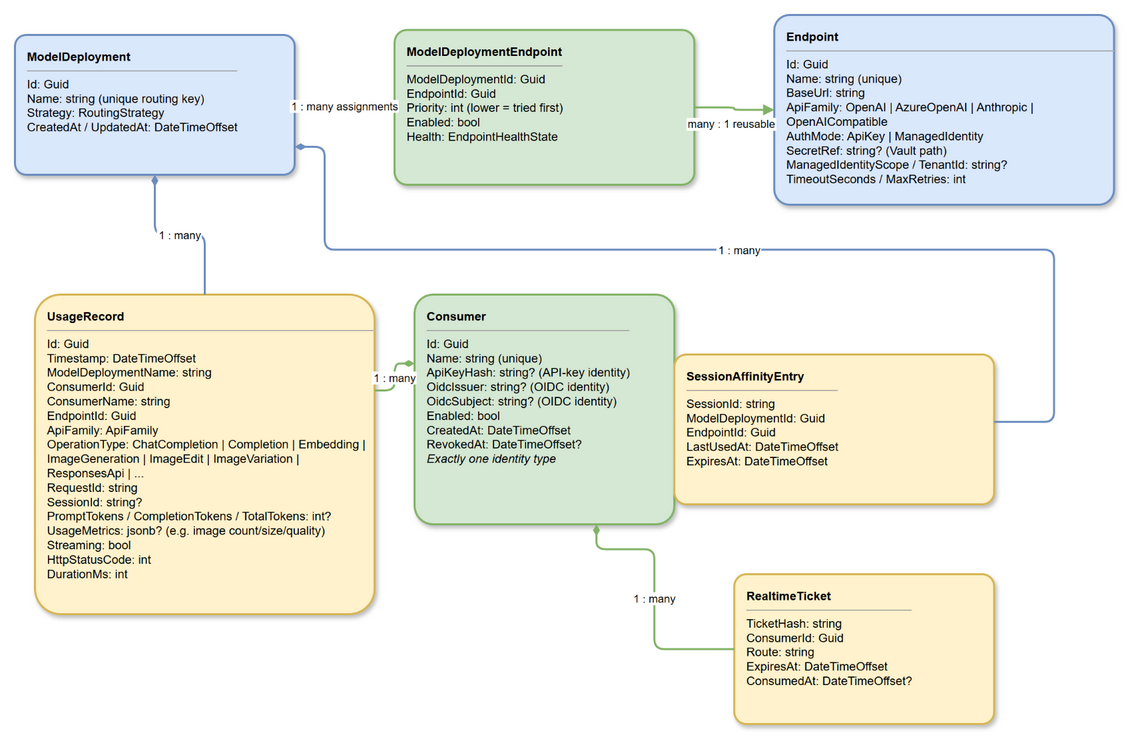
The draw.io diagram specs/architecture/diagrams/02-domain-model.png in azureholic/AIProxyPlus, before a commit. Source tidied: cells renumbered, new cells last; positions are measured from the earlier drawing's top-left corner, leaving out a move shared by most shapes. The source it was exported from:
```xml
<mxGraphModel>
  <root>
    <mxCell id="0" />
    <mxCell id="1" parent="0" />
    <mxCell id="2" value="&lt;b&gt;ModelDeployment&lt;/b&gt;&lt;hr size=1&gt;Id: Guid&lt;br&gt;Name: string (unique routing key)&lt;br&gt;Strategy: RoutingStrategy&lt;br&gt;CreatedAt / UpdatedAt: DateTimeOffset" style="rounded=1;whiteSpace=wrap;html=1;fillColor=#dae8fc;strokeColor=#6c8ebf;strokeWidth=2;arcSize=8;shadow=1;align=left;verticalAlign=top;spacingLeft=10;spacingTop=8;fontSize=12;" parent="1" vertex="1">
      <mxGeometry y="20" width="280" height="140" as="geometry" />
    </mxCell>
    <mxCell id="3" value="&lt;b&gt;ModelDeploymentEndpoint&lt;/b&gt;&lt;hr size=1&gt;ModelDeploymentId: Guid&lt;br&gt;EndpointId: Guid&lt;br&gt;Priority: int (lower = tried first)&lt;br&gt;Enabled: bool&lt;br&gt;Health: EndpointHealthState" style="rounded=1;whiteSpace=wrap;html=1;fillColor=#d5e8d4;strokeColor=#82b366;strokeWidth=2;arcSize=8;shadow=1;align=left;verticalAlign=top;spacingLeft=10;spacingTop=8;fontSize=12;" parent="1" vertex="1">
      <mxGeometry x="380" y="15" width="300" height="155" as="geometry" />
    </mxCell>
    <mxCell id="4" value="&lt;b&gt;Endpoint&lt;/b&gt;&lt;hr size=1&gt;Id: Guid&lt;br&gt;Name: string (unique)&lt;br&gt;BaseUrl: string&lt;br&gt;ApiFamily: OpenAI | AzureOpenAI | Anthropic | OpenAICompatible&lt;br&gt;AuthMode: ApiKey | ManagedIdentity&lt;br&gt;SecretRef: string? (Vault path)&lt;br&gt;ManagedIdentityScope / TenantId: string?&lt;br&gt;TimeoutSeconds / MaxRetries: int" style="rounded=1;whiteSpace=wrap;html=1;fillColor=#dae8fc;strokeColor=#6c8ebf;strokeWidth=2;arcSize=8;shadow=1;align=left;verticalAlign=top;spacingLeft=10;spacingTop=8;fontSize=12;" parent="1" vertex="1">
      <mxGeometry x="760" width="340" height="190" as="geometry" />
    </mxCell>
    <mxCell id="5" value="&lt;b&gt;UsageRecord&lt;/b&gt;&lt;hr size=1&gt;Id: Guid&lt;br&gt;Timestamp: DateTimeOffset&lt;br&gt;ModelDeploymentName: string&lt;br&gt;ConsumerId: Guid&lt;br&gt;ConsumerName: string&lt;br&gt;EndpointId: Guid&lt;br&gt;ApiFamily: ApiFamily&lt;br&gt;OperationType: ChatCompletion | Completion | Embedding | ImageGeneration | ImageEdit | ImageVariation | ResponsesApi | ...&lt;br&gt;RequestId: string&lt;br&gt;SessionId: string?&lt;br&gt;PromptTokens / CompletionTokens / TotalTokens: int?&lt;br&gt;UsageMetrics: jsonb? (e.g. image count/size/quality)&lt;br&gt;Streaming: bool&lt;br&gt;HttpStatusCode: int&lt;br&gt;DurationMs: int" style="rounded=1;whiteSpace=wrap;html=1;fillColor=#fff2cc;strokeColor=#d6b656;strokeWidth=2;arcSize=8;shadow=1;align=left;verticalAlign=top;spacingLeft=10;spacingTop=8;fontSize=12;" parent="1" vertex="1">
      <mxGeometry x="20" y="280" width="340" height="320" as="geometry" />
    </mxCell>
    <mxCell id="6" value="&lt;b&gt;Consumer&lt;/b&gt;&lt;hr size=1&gt;Id: Guid&lt;br&gt;Name: string (unique)&lt;br&gt;ApiKeyHash: string? (API-key identity)&lt;br&gt;OidcIssuer: string? (OIDC identity)&lt;br&gt;OidcSubject: string? (OIDC identity)&lt;br&gt;Enabled: bool&lt;br&gt;CreatedAt: DateTimeOffset&lt;br&gt;RevokedAt: DateTimeOffset?&lt;br&gt;&lt;i&gt;Exactly one identity type&lt;/i&gt;" style="rounded=1;whiteSpace=wrap;html=1;fillColor=#d5e8d4;strokeColor=#82b366;strokeWidth=2;arcSize=8;shadow=1;align=left;verticalAlign=top;spacingLeft=10;spacingTop=8;fontSize=12;" parent="1" vertex="1">
      <mxGeometry x="400" y="280" width="260" height="230" as="geometry" />
    </mxCell>
    <mxCell id="7" value="&lt;b&gt;RealtimeTicket&lt;/b&gt;&lt;hr size=1&gt;TicketHash: string&lt;br&gt;ConsumerId: Guid&lt;br&gt;Route: string&lt;br&gt;ExpiresAt: DateTimeOffset&lt;br&gt;ConsumedAt: DateTimeOffset?" style="rounded=1;whiteSpace=wrap;html=1;fillColor=#fff2cc;strokeColor=#d6b656;strokeWidth=2;arcSize=8;shadow=1;align=left;verticalAlign=top;spacingLeft=10;spacingTop=8;fontSize=12;" parent="1" vertex="1">
      <mxGeometry x="720" y="560" width="260" height="150" as="geometry" />
    </mxCell>
    <mxCell id="8" value="&lt;b&gt;SessionAffinityEntry&lt;/b&gt;&lt;hr size=1&gt;SessionId: string&lt;br&gt;ModelDeploymentId: Guid&lt;br&gt;EndpointId: Guid&lt;br&gt;LastUsedAt: DateTimeOffset&lt;br&gt;ExpiresAt: DateTimeOffset" style="rounded=1;whiteSpace=wrap;html=1;fillColor=#fff2cc;strokeColor=#d6b656;strokeWidth=2;arcSize=8;shadow=1;align=left;verticalAlign=top;spacingLeft=10;spacingTop=8;fontSize=12;" parent="1" vertex="1">
      <mxGeometry x="660" y="340" width="320" height="150" as="geometry" />
    </mxCell>
    <mxCell id="9" value="1 : many assignments" style="edgeStyle=orthogonalEdgeStyle;rounded=1;strokeColor=#6c8ebf;strokeWidth=2;fontSize=11;startArrow=diamondThin;startFill=1;endArrow=none;labelBackgroundColor=#ffffff;" parent="1" edge="1" source="2" target="3">
      <mxGeometry relative="1" as="geometry" />
    </mxCell>
    <mxCell id="10" value="many : 1 reusable" style="edgeStyle=orthogonalEdgeStyle;rounded=1;strokeColor=#82b366;strokeWidth=2;fontSize=11;startArrow=none;endArrow=block;endFill=1;labelBackgroundColor=#ffffff;" parent="1" edge="1" source="3" target="4">
      <mxGeometry x="-0.1" y="-16" relative="1" as="geometry" />
    </mxCell>
    <mxCell id="11" value="1 : many" style="edgeStyle=orthogonalEdgeStyle;rounded=1;strokeColor=#6c8ebf;strokeWidth=2;fontSize=11;startArrow=diamondThin;startFill=1;endArrow=none;labelBackgroundColor=#ffffff;" parent="1" edge="1" source="2" target="5">
      <mxGeometry relative="1" as="geometry" />
    </mxCell>
    <mxCell id="12" value="1 : many" style="edgeStyle=orthogonalEdgeStyle;rounded=1;strokeColor=#6c8ebf;strokeWidth=2;fontSize=11;startArrow=diamondThin;startFill=1;endArrow=none;labelBackgroundColor=#ffffff;exitX=1;exitY=0.8;exitDx=0;exitDy=0;entryX=1;entryY=0.45;entryDx=0;entryDy=0;" parent="1" edge="1" source="2" target="8">
      <mxGeometry relative="1" as="geometry">
        <Array as="points">
          <mxPoint x="310" y="235" />
          <mxPoint x="1040" y="235" />
          <mxPoint x="1040" y="408" />
        </Array>
      </mxGeometry>
    </mxCell>
    <mxCell id="13" value="1 : many" style="edgeStyle=orthogonalEdgeStyle;rounded=1;strokeColor=#82b366;strokeWidth=2;fontSize=11;startArrow=diamondThin;startFill=1;endArrow=none;labelBackgroundColor=#ffffff;exitX=0;exitY=0.3;exitDx=0;exitDy=0;entryX=1;entryY=0.3;entryDx=0;entryDy=0;" parent="1" edge="1" source="6" target="5">
      <mxGeometry relative="1" as="geometry" />
    </mxCell>
    <mxCell id="14" value="1 : many" style="edgeStyle=orthogonalEdgeStyle;rounded=1;strokeColor=#82b366;strokeWidth=2;fontSize=11;startArrow=diamondThin;startFill=1;endArrow=none;labelBackgroundColor=#ffffff;exitX=0.7;exitY=1;entryX=0;entryY=0.5;" parent="1" edge="1" source="6" target="7">
      <mxGeometry relative="1" as="geometry">
        <Array as="points">
          <mxPoint x="582" y="535" />
          <mxPoint x="640" y="635" />
        </Array>
      </mxGeometry>
    </mxCell>
  </root>
</mxGraphModel>
```
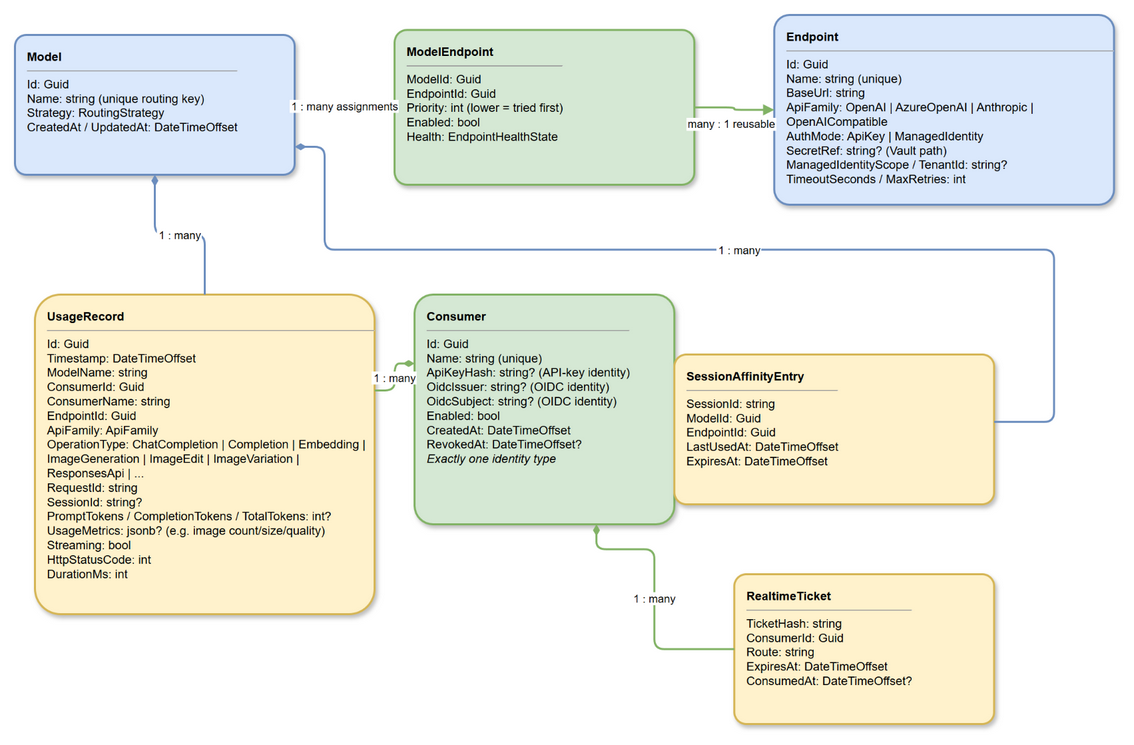
The same diagram one commit later.

Change to the diagram source:
```diff
@@ -2,16 +2,16 @@
   <root>
     <mxCell id="0" />
     <mxCell id="1" parent="0" />
-    <mxCell id="2" value="&lt;b&gt;ModelDeployment&lt;/b&gt;&lt;hr size=1&gt;Id: Guid&lt;br&gt;Name: string (unique routing key)&lt;br&gt;Strategy: RoutingStrategy&lt;br&gt;CreatedAt / UpdatedAt: DateTimeOffset" style="rounded=1;whiteSpace=wrap;html=1;fillColor=#dae8fc;strokeColor=#6c8ebf;strokeWidth=2;arcSize=8;shadow=1;align=left;verticalAlign=top;spacingLeft=10;spacingTop=8;fontSize=12;" parent="1" vertex="1">
+    <mxCell id="2" value="&lt;b&gt;Model&lt;/b&gt;&lt;hr size=1&gt;Id: Guid&lt;br&gt;Name: string (unique routing key)&lt;br&gt;Strategy: RoutingStrategy&lt;br&gt;CreatedAt / UpdatedAt: DateTimeOffset" style="rounded=1;whiteSpace=wrap;html=1;fillColor=#dae8fc;strokeColor=#6c8ebf;strokeWidth=2;arcSize=8;shadow=1;align=left;verticalAlign=top;spacingLeft=10;spacingTop=8;fontSize=12;" parent="1" vertex="1">
       <mxGeometry y="20" width="280" height="140" as="geometry" />
     </mxCell>
-    <mxCell id="3" value="&lt;b&gt;ModelDeploymentEndpoint&lt;/b&gt;&lt;hr size=1&gt;ModelDeploymentId: Guid&lt;br&gt;EndpointId: Guid&lt;br&gt;Priority: int (lower = tried first)&lt;br&gt;Enabled: bool&lt;br&gt;Health: EndpointHealthState" style="rounded=1;whiteSpace=wrap;html=1;fillColor=#d5e8d4;strokeColor=#82b366;strokeWidth=2;arcSize=8;shadow=1;align=left;verticalAlign=top;spacingLeft=10;spacingTop=8;fontSize=12;" parent="1" vertex="1">
+    <mxCell id="3" value="&lt;b&gt;ModelEndpoint&lt;/b&gt;&lt;hr size=1&gt;ModelId: Guid&lt;br&gt;EndpointId: Guid&lt;br&gt;Priority: int (lower = tried first)&lt;br&gt;Enabled: bool&lt;br&gt;Health: EndpointHealthState" style="rounded=1;whiteSpace=wrap;html=1;fillColor=#d5e8d4;strokeColor=#82b366;strokeWidth=2;arcSize=8;shadow=1;align=left;verticalAlign=top;spacingLeft=10;spacingTop=8;fontSize=12;" parent="1" vertex="1">
       <mxGeometry x="380" y="15" width="300" height="155" as="geometry" />
     </mxCell>
     <mxCell id="4" value="&lt;b&gt;Endpoint&lt;/b&gt;&lt;hr size=1&gt;Id: Guid&lt;br&gt;Name: string (unique)&lt;br&gt;BaseUrl: string&lt;br&gt;ApiFamily: OpenAI | AzureOpenAI | Anthropic | OpenAICompatible&lt;br&gt;AuthMode: ApiKey | ManagedIdentity&lt;br&gt;SecretRef: string? (Vault path)&lt;br&gt;ManagedIdentityScope / TenantId: string?&lt;br&gt;TimeoutSeconds / MaxRetries: int" style="rounded=1;whiteSpace=wrap;html=1;fillColor=#dae8fc;strokeColor=#6c8ebf;strokeWidth=2;arcSize=8;shadow=1;align=left;verticalAlign=top;spacingLeft=10;spacingTop=8;fontSize=12;" parent="1" vertex="1">
       <mxGeometry x="760" width="340" height="190" as="geometry" />
     </mxCell>
-    <mxCell id="5" value="&lt;b&gt;UsageRecord&lt;/b&gt;&lt;hr size=1&gt;Id: Guid&lt;br&gt;Timestamp: DateTimeOffset&lt;br&gt;ModelDeploymentName: string&lt;br&gt;ConsumerId: Guid&lt;br&gt;ConsumerName: string&lt;br&gt;EndpointId: Guid&lt;br&gt;ApiFamily: ApiFamily&lt;br&gt;OperationType: ChatCompletion | Completion | Embedding | ImageGeneration | ImageEdit | ImageVariation | ResponsesApi | ...&lt;br&gt;RequestId: string&lt;br&gt;SessionId: string?&lt;br&gt;PromptTokens / CompletionTokens / TotalTokens: int?&lt;br&gt;UsageMetrics: jsonb? (e.g. image count/size/quality)&lt;br&gt;Streaming: bool&lt;br&gt;HttpStatusCode: int&lt;br&gt;DurationMs: int" style="rounded=1;whiteSpace=wrap;html=1;fillColor=#fff2cc;strokeColor=#d6b656;strokeWidth=2;arcSize=8;shadow=1;align=left;verticalAlign=top;spacingLeft=10;spacingTop=8;fontSize=12;" parent="1" vertex="1">
+    <mxCell id="5" value="&lt;b&gt;UsageRecord&lt;/b&gt;&lt;hr size=1&gt;Id: Guid&lt;br&gt;Timestamp: DateTimeOffset&lt;br&gt;ModelName: string&lt;br&gt;ConsumerId: Guid&lt;br&gt;ConsumerName: string&lt;br&gt;EndpointId: Guid&lt;br&gt;ApiFamily: ApiFamily&lt;br&gt;OperationType: ChatCompletion | Completion | Embedding | ImageGeneration | ImageEdit | ImageVariation | ResponsesApi | ...&lt;br&gt;RequestId: string&lt;br&gt;SessionId: string?&lt;br&gt;PromptTokens / CompletionTokens / TotalTokens: int?&lt;br&gt;UsageMetrics: jsonb? (e.g. image count/size/quality)&lt;br&gt;Streaming: bool&lt;br&gt;HttpStatusCode: int&lt;br&gt;DurationMs: int" style="rounded=1;whiteSpace=wrap;html=1;fillColor=#fff2cc;strokeColor=#d6b656;strokeWidth=2;arcSize=8;shadow=1;align=left;verticalAlign=top;spacingLeft=10;spacingTop=8;fontSize=12;" parent="1" vertex="1">
       <mxGeometry x="20" y="280" width="340" height="320" as="geometry" />
     </mxCell>
     <mxCell id="6" value="&lt;b&gt;Consumer&lt;/b&gt;&lt;hr size=1&gt;Id: Guid&lt;br&gt;Name: string (unique)&lt;br&gt;ApiKeyHash: string? (API-key identity)&lt;br&gt;OidcIssuer: string? (OIDC identity)&lt;br&gt;OidcSubject: string? (OIDC identity)&lt;br&gt;Enabled: bool&lt;br&gt;CreatedAt: DateTimeOffset&lt;br&gt;RevokedAt: DateTimeOffset?&lt;br&gt;&lt;i&gt;Exactly one identity type&lt;/i&gt;" style="rounded=1;whiteSpace=wrap;html=1;fillColor=#d5e8d4;strokeColor=#82b366;strokeWidth=2;arcSize=8;shadow=1;align=left;verticalAlign=top;spacingLeft=10;spacingTop=8;fontSize=12;" parent="1" vertex="1">
@@ -20,7 +20,7 @@
     <mxCell id="7" value="&lt;b&gt;RealtimeTicket&lt;/b&gt;&lt;hr size=1&gt;TicketHash: string&lt;br&gt;ConsumerId: Guid&lt;br&gt;Route: string&lt;br&gt;ExpiresAt: DateTimeOffset&lt;br&gt;ConsumedAt: DateTimeOffset?" style="rounded=1;whiteSpace=wrap;html=1;fillColor=#fff2cc;strokeColor=#d6b656;strokeWidth=2;arcSize=8;shadow=1;align=left;verticalAlign=top;spacingLeft=10;spacingTop=8;fontSize=12;" parent="1" vertex="1">
       <mxGeometry x="720" y="560" width="260" height="150" as="geometry" />
     </mxCell>
-    <mxCell id="8" value="&lt;b&gt;SessionAffinityEntry&lt;/b&gt;&lt;hr size=1&gt;SessionId: string&lt;br&gt;ModelDeploymentId: Guid&lt;br&gt;EndpointId: Guid&lt;br&gt;LastUsedAt: DateTimeOffset&lt;br&gt;ExpiresAt: DateTimeOffset" style="rounded=1;whiteSpace=wrap;html=1;fillColor=#fff2cc;strokeColor=#d6b656;strokeWidth=2;arcSize=8;shadow=1;align=left;verticalAlign=top;spacingLeft=10;spacingTop=8;fontSize=12;" parent="1" vertex="1">
+    <mxCell id="8" value="&lt;b&gt;SessionAffinityEntry&lt;/b&gt;&lt;hr size=1&gt;SessionId: string&lt;br&gt;ModelId: Guid&lt;br&gt;EndpointId: Guid&lt;br&gt;LastUsedAt: DateTimeOffset&lt;br&gt;ExpiresAt: DateTimeOffset" style="rounded=1;whiteSpace=wrap;html=1;fillColor=#fff2cc;strokeColor=#d6b656;strokeWidth=2;arcSize=8;shadow=1;align=left;verticalAlign=top;spacingLeft=10;spacingTop=8;fontSize=12;" parent="1" vertex="1">
       <mxGeometry x="660" y="340" width="320" height="150" as="geometry" />
     </mxCell>
     <mxCell id="9" value="1 : many assignments" style="edgeStyle=orthogonalEdgeStyle;rounded=1;strokeColor=#6c8ebf;strokeWidth=2;fontSize=11;startArrow=diamondThin;startFill=1;endArrow=none;labelBackgroundColor=#ffffff;" parent="1" edge="1" source="2" target="3">
```
